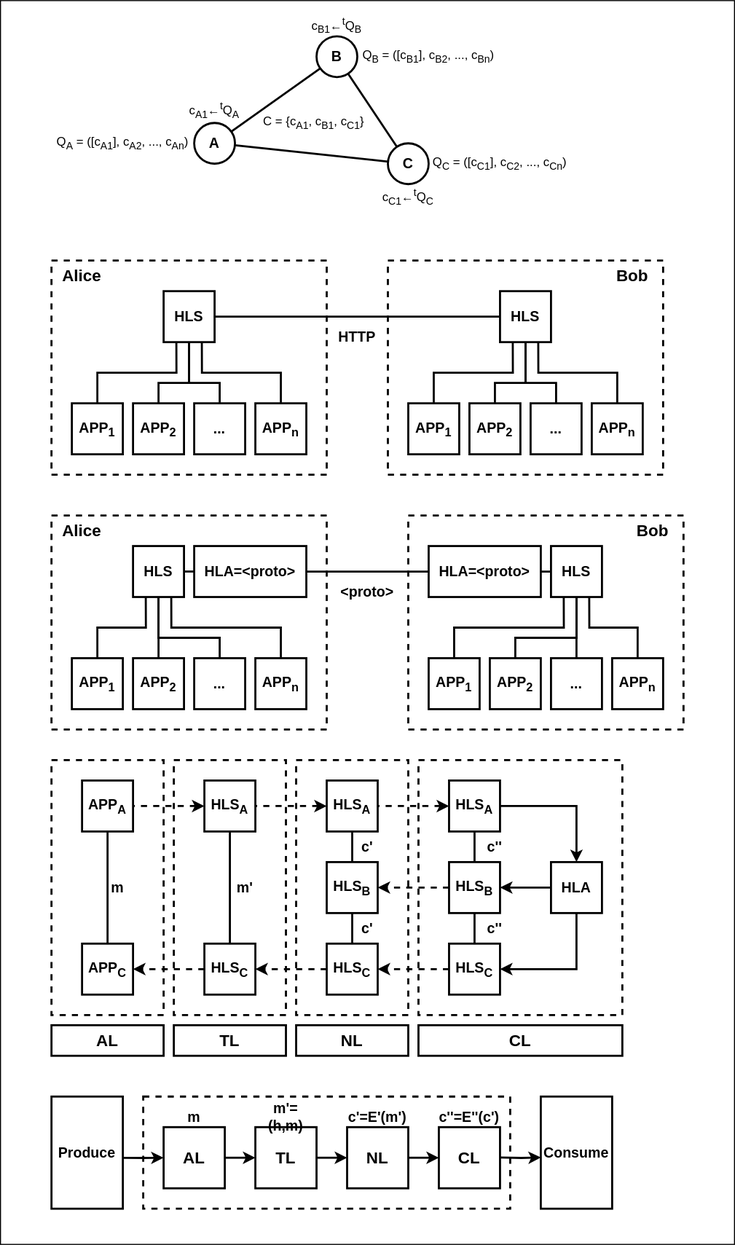
Earlier version of the draw.io export docs/hidden_lake_anonymous_network_scheme.svg (number571/hidden-lake). Source tidied: cells renumbered, new cells last; positions are measured from the earlier drawing's top-left corner, leaving out a move shared by most shapes.
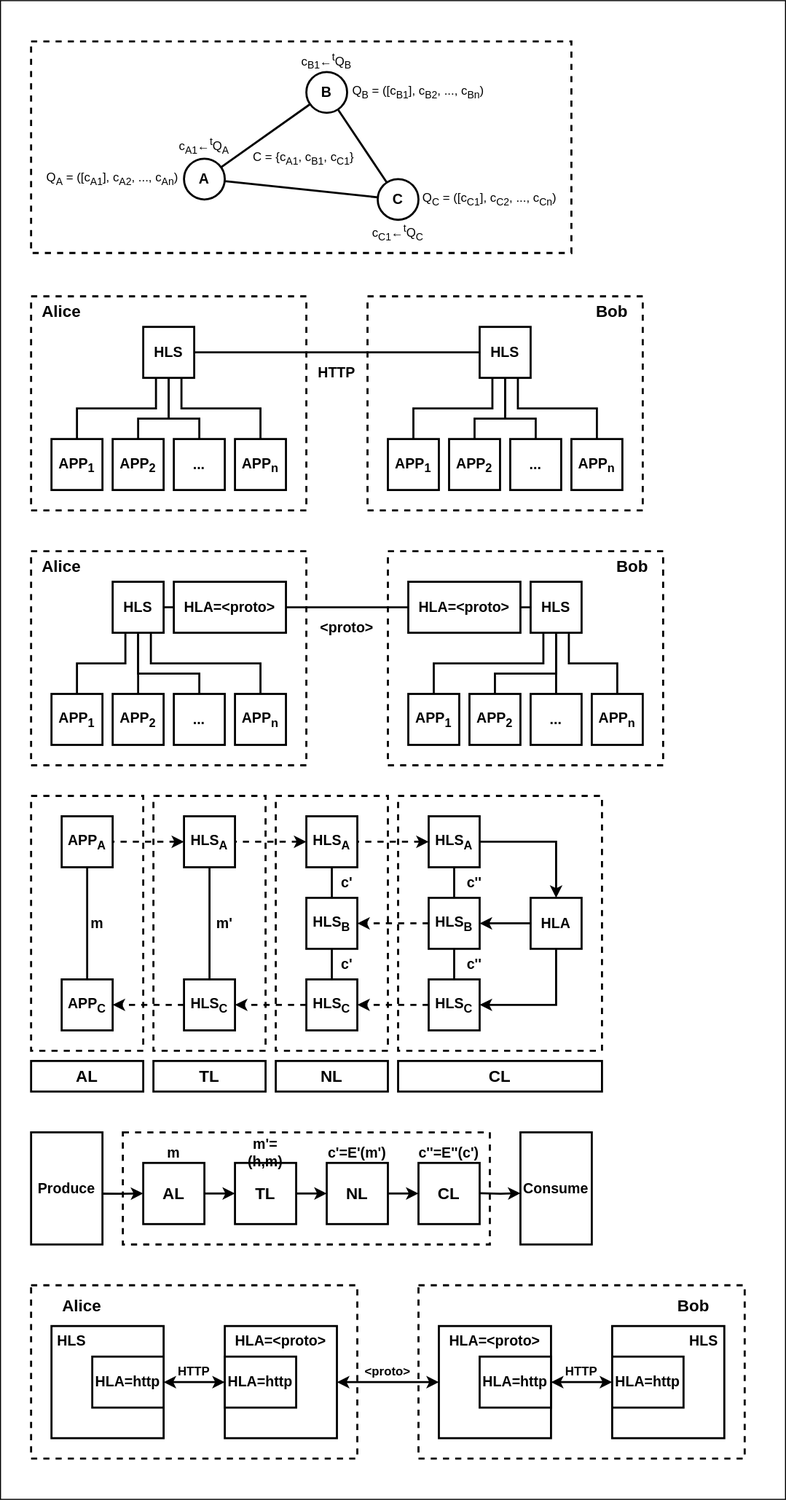
Above is the later version.

What changed in the source:
```diff
@@ -9,37 +9,37 @@
       <mxGeometry relative="1" as="geometry" />
     </mxCell>
     <mxCell id="4" value="&lt;font style=&quot;font-size: 14px;&quot;&gt;&lt;b&gt;B&lt;/b&gt;&lt;/font&gt;" style="ellipse;whiteSpace=wrap;html=1;strokeWidth=2;" parent="1" vertex="1">
-      <mxGeometry x="310" y="35" width="40" height="40" as="geometry" />
+      <mxGeometry x="320" y="35" width="40" height="40" as="geometry" />
     </mxCell>
     <mxCell id="5" style="rounded=0;jettySize=auto;html=1;endArrow=none;endFill=0;strokeWidth=2;" parent="1" edge="1" source="6" target="7">
       <mxGeometry relative="1" as="geometry" />
     </mxCell>
     <mxCell id="6" value="&lt;font style=&quot;font-size: 14px;&quot;&gt;&lt;b&gt;A&lt;/b&gt;&lt;/font&gt;" style="ellipse;whiteSpace=wrap;html=1;strokeWidth=2;" parent="1" vertex="1">
-      <mxGeometry x="190" y="120" width="40" height="40" as="geometry" />
+      <mxGeometry x="200" y="120" width="40" height="40" as="geometry" />
     </mxCell>
     <mxCell id="7" value="&lt;b&gt;&lt;font style=&quot;font-size: 14px;&quot;&gt;C&lt;/font&gt;&lt;/b&gt;" style="ellipse;whiteSpace=wrap;html=1;strokeWidth=2;" parent="1" vertex="1">
-      <mxGeometry x="380" y="140" width="40" height="40" as="geometry" />
+      <mxGeometry x="390" y="140" width="40" height="40" as="geometry" />
     </mxCell>
     <mxCell id="8" value="Q&lt;sub&gt;A&lt;/sub&gt; = ([c&lt;sub&gt;A1&lt;/sub&gt;], c&lt;sub&gt;A2&lt;/sub&gt;, ..., c&lt;sub&gt;An&lt;/sub&gt;)" style="text;html=1;align=center;verticalAlign=middle;whiteSpace=wrap;rounded=0;" parent="1" vertex="1">
-      <mxGeometry x="50" y="125" width="140" height="30" as="geometry" />
+      <mxGeometry x="60" y="125" width="140" height="30" as="geometry" />
     </mxCell>
     <mxCell id="9" value="Q&lt;sub&gt;C&lt;/sub&gt; = ([c&lt;sub&gt;C1&lt;/sub&gt;], c&lt;sub&gt;C2&lt;/sub&gt;, ..., c&lt;sub&gt;Cn&lt;/sub&gt;)" style="text;html=1;align=center;verticalAlign=middle;whiteSpace=wrap;rounded=0;" parent="1" vertex="1">
-      <mxGeometry x="420" y="145" width="140" height="30" as="geometry" />
+      <mxGeometry x="430" y="145" width="140" height="30" as="geometry" />
     </mxCell>
     <mxCell id="10" value="Q&lt;sub&gt;B&lt;/sub&gt; = ([c&lt;sub&gt;B1&lt;/sub&gt;], c&lt;sub&gt;B2&lt;/sub&gt;, ..., c&lt;sub&gt;Bn&lt;/sub&gt;)" style="text;html=1;align=center;verticalAlign=middle;whiteSpace=wrap;rounded=0;" parent="1" vertex="1">
-      <mxGeometry x="350" y="40" width="140" height="30" as="geometry" />
+      <mxGeometry x="360" y="40" width="140" height="30" as="geometry" />
     </mxCell>
     <mxCell id="11" value="C = {c&lt;sub&gt;A1&lt;/sub&gt;, c&lt;sub&gt;B1&lt;/sub&gt;, c&lt;sub&gt;C1&lt;/sub&gt;}" style="text;html=1;align=center;verticalAlign=middle;whiteSpace=wrap;rounded=0;" parent="1" vertex="1">
-      <mxGeometry x="255" y="105" width="105" height="30" as="geometry" />
+      <mxGeometry x="265" y="105" width="105" height="30" as="geometry" />
     </mxCell>
     <mxCell id="12" value="c&lt;sub&gt;A1&lt;/sub&gt;←&lt;sup&gt;t&lt;/sup&gt;Q&lt;sub&gt;A&lt;/sub&gt;" style="text;html=1;align=center;verticalAlign=middle;whiteSpace=wrap;rounded=0;" parent="1" vertex="1">
-      <mxGeometry x="180" y="95" width="60" height="25" as="geometry" />
+      <mxGeometry x="190" y="95" width="60" height="25" as="geometry" />
     </mxCell>
     <mxCell id="13" value="c&lt;sub&gt;B1&lt;/sub&gt;←&lt;sup&gt;t&lt;/sup&gt;Q&lt;sub&gt;B&lt;/sub&gt;" style="text;html=1;align=center;verticalAlign=middle;whiteSpace=wrap;rounded=0;" parent="1" vertex="1">
-      <mxGeometry x="300" y="15" width="60" height="20" as="geometry" />
+      <mxGeometry x="310" y="15" width="60" height="20" as="geometry" />
     </mxCell>
     <mxCell id="14" value="c&lt;sub&gt;C1&lt;/sub&gt;←&lt;sup&gt;t&lt;/sup&gt;Q&lt;sub&gt;C&lt;/sub&gt;" style="text;html=1;align=center;verticalAlign=middle;whiteSpace=wrap;rounded=0;" parent="1" vertex="1">
-      <mxGeometry x="370" y="180" width="60" height="25" as="geometry" />
+      <mxGeometry x="380" y="180" width="60" height="25" as="geometry" />
     </mxCell>
     <mxCell id="15" style="edgeStyle=orthogonalEdgeStyle;rounded=0;jettySize=auto;html=1;exitX=1;exitY=0.5;exitDx=0;exitDy=0;entryX=0;entryY=0.5;entryDx=0;entryDy=0;endArrow=none;endFill=0;strokeWidth=2;" parent="1" edge="1" source="16" target="25">
       <mxGeometry relative="1" as="geometry" />
@@ -361,7 +361,7 @@
       <mxGeometry x="50" y="1005" width="110" height="30" as="geometry" />
     </mxCell>
     <mxCell id="108" style="rounded=0;whiteSpace=wrap;html=1;strokeColor=default;fillColor=none;" parent="1" vertex="1">
-      <mxGeometry width="720" height="1220" as="geometry" />
+      <mxGeometry x="20" y="-35" width="770" height="1470" as="geometry" />
     </mxCell>
     <mxCell id="109" style="edgeStyle=orthogonalEdgeStyle;rounded=0;jettySize=auto;html=1;exitX=0.994;exitY=0.547;exitDx=0;exitDy=0;entryX=0;entryY=0.5;entryDx=0;entryDy=0;strokeWidth=2;exitPerimeter=0;" parent="1" edge="1" source="110" target="113">
       <mxGeometry relative="1" as="geometry" />
@@ -414,5 +414,74 @@
         <mxPoint x="530" y="1134.7" as="targetPoint" />
       </mxGeometry>
     </mxCell>
+    <mxCell id="125" style="rounded=0;whiteSpace=wrap;html=1;strokeWidth=2;" parent="1" vertex="1">
+      <mxGeometry x="70" y="1265" width="110" height="110" as="geometry" />
+    </mxCell>
+    <mxCell id="126" value="&lt;font style=&quot;font-size: 14px;&quot;&gt;&lt;b&gt;&lt;font&gt;HLS&lt;/font&gt;&lt;/b&gt;&lt;/font&gt;" style="text;html=1;align=center;verticalAlign=middle;whiteSpace=wrap;rounded=0;" parent="1" vertex="1">
+      <mxGeometry x="70" y="1265" width="40" height="30" as="geometry" />
+    </mxCell>
+    <mxCell id="127" style="edgeStyle=orthogonalEdgeStyle;rounded=0;jettySize=auto;html=1;startArrow=classic;startFill=1;strokeWidth=2;" parent="1" edge="1" source="128" target="131">
+      <mxGeometry relative="1" as="geometry" />
+    </mxCell>
+    <mxCell id="128" value="&lt;b&gt;&lt;font style=&quot;font-size: 14px;&quot;&gt;HLA=http&lt;/font&gt;&lt;/b&gt;" style="rounded=0;whiteSpace=wrap;html=1;strokeWidth=2;" parent="1" vertex="1">
+      <mxGeometry x="110" y="1295" width="70" height="50" as="geometry" />
+    </mxCell>
+    <mxCell id="129" style="edgeStyle=orthogonalEdgeStyle;rounded=0;jettySize=auto;html=1;exitX=1;exitY=0.5;exitDx=0;exitDy=0;entryX=0;entryY=0.5;entryDx=0;entryDy=0;strokeWidth=2;startArrow=classic;startFill=1;" parent="1" edge="1" source="130" target="133">
+      <mxGeometry relative="1" as="geometry" />
+    </mxCell>
+    <mxCell id="130" style="rounded=0;whiteSpace=wrap;html=1;strokeWidth=2;" parent="1" vertex="1">
+      <mxGeometry x="240" y="1265" width="110" height="110" as="geometry" />
+    </mxCell>
+    <mxCell id="131" value="&lt;b&gt;&lt;font style=&quot;font-size: 14px;&quot;&gt;HLA=http&lt;/font&gt;&lt;/b&gt;" style="rounded=0;whiteSpace=wrap;html=1;strokeWidth=2;" parent="1" vertex="1">
+      <mxGeometry x="240" y="1295" width="70" height="50" as="geometry" />
+    </mxCell>
+    <mxCell id="132" value="&lt;font style=&quot;font-size: 14px;&quot;&gt;&lt;b&gt;&lt;font&gt;HLA=&amp;lt;proto&amp;gt;&lt;/font&gt;&lt;/b&gt;&lt;/font&gt;" style="text;html=1;align=center;verticalAlign=middle;whiteSpace=wrap;rounded=0;" parent="1" vertex="1">
+      <mxGeometry x="240" y="1265" width="110" height="30" as="geometry" />
+    </mxCell>
+    <mxCell id="133" style="rounded=0;whiteSpace=wrap;html=1;strokeWidth=2;" parent="1" vertex="1">
+      <mxGeometry x="450" y="1265" width="110" height="110" as="geometry" />
+    </mxCell>
+    <mxCell id="134" value="&lt;font style=&quot;font-size: 14px;&quot;&gt;&lt;b&gt;&lt;font&gt;HLA=&amp;lt;proto&amp;gt;&lt;/font&gt;&lt;/b&gt;&lt;/font&gt;" style="text;html=1;align=center;verticalAlign=middle;whiteSpace=wrap;rounded=0;" parent="1" vertex="1">
+      <mxGeometry x="450" y="1265" width="110" height="30" as="geometry" />
+    </mxCell>
+    <mxCell id="135" style="edgeStyle=orthogonalEdgeStyle;rounded=0;jettySize=auto;html=1;startArrow=classic;startFill=1;strokeWidth=2;" parent="1" edge="1" source="136" target="138">
+      <mxGeometry relative="1" as="geometry" />
+    </mxCell>
+    <mxCell id="136" value="&lt;b&gt;&lt;font style=&quot;font-size: 14px;&quot;&gt;HLA=http&lt;/font&gt;&lt;/b&gt;" style="rounded=0;whiteSpace=wrap;html=1;strokeWidth=2;" parent="1" vertex="1">
+      <mxGeometry x="490" y="1295" width="70" height="50" as="geometry" />
+    </mxCell>
+    <mxCell id="137" style="rounded=0;whiteSpace=wrap;html=1;strokeWidth=2;" parent="1" vertex="1">
+      <mxGeometry x="620" y="1265" width="110" height="110" as="geometry" />
+    </mxCell>
+    <mxCell id="138" value="&lt;b&gt;&lt;font style=&quot;font-size: 14px;&quot;&gt;HLA=http&lt;/font&gt;&lt;/b&gt;" style="rounded=0;whiteSpace=wrap;html=1;strokeWidth=2;" parent="1" vertex="1">
+      <mxGeometry x="620" y="1295" width="70" height="50" as="geometry" />
+    </mxCell>
+    <mxCell id="139" value="&lt;font style=&quot;font-size: 14px;&quot;&gt;&lt;b&gt;&lt;font&gt;HLS&lt;/font&gt;&lt;/b&gt;&lt;/font&gt;" style="text;html=1;align=center;verticalAlign=middle;whiteSpace=wrap;rounded=0;" parent="1" vertex="1">
+      <mxGeometry x="690" y="1265" width="40" height="30" as="geometry" />
+    </mxCell>
+    <mxCell id="140" value="&lt;b&gt;HTTP&lt;/b&gt;" style="text;html=1;align=center;verticalAlign=middle;whiteSpace=wrap;rounded=0;" parent="1" vertex="1">
+      <mxGeometry x="180" y="1295" width="60" height="30" as="geometry" />
+    </mxCell>
+    <mxCell id="141" value="&lt;b&gt;&amp;lt;proto&amp;gt;&lt;/b&gt;" style="text;html=1;align=center;verticalAlign=middle;whiteSpace=wrap;rounded=0;" parent="1" vertex="1">
+      <mxGeometry x="370" y="1295" width="60" height="30" as="geometry" />
+    </mxCell>
+    <mxCell id="142" value="&lt;b&gt;HTTP&lt;/b&gt;" style="text;html=1;align=center;verticalAlign=middle;whiteSpace=wrap;rounded=0;" parent="1" vertex="1">
+      <mxGeometry x="560" y="1295" width="60" height="30" as="geometry" />
+    </mxCell>
+    <mxCell id="143" style="rounded=0;whiteSpace=wrap;html=1;fillColor=none;strokeWidth=2;dashed=1;" parent="1" vertex="1">
+      <mxGeometry x="50" y="1225" width="320" height="170" as="geometry" />
+    </mxCell>
+    <mxCell id="144" style="rounded=0;whiteSpace=wrap;html=1;fillColor=none;strokeWidth=2;dashed=1;" parent="1" vertex="1">
+      <mxGeometry x="430" y="1225" width="320" height="170" as="geometry" />
+    </mxCell>
+    <mxCell id="145" value="&lt;font style=&quot;font-size: 16px;&quot;&gt;&lt;b&gt;Alice&lt;/b&gt;&lt;/font&gt;" style="text;html=1;align=center;verticalAlign=middle;whiteSpace=wrap;rounded=0;" parent="1" vertex="1">
+      <mxGeometry x="70" y="1225" width="60" height="40" as="geometry" />
+    </mxCell>
+    <mxCell id="146" value="&lt;font style=&quot;font-size: 16px;&quot;&gt;&lt;b&gt;Bob&lt;/b&gt;&lt;/font&gt;" style="text;html=1;align=center;verticalAlign=middle;whiteSpace=wrap;rounded=0;" parent="1" vertex="1">
+      <mxGeometry x="670" y="1225" width="60" height="40" as="geometry" />
+    </mxCell>
+    <mxCell id="147" style="rounded=0;whiteSpace=wrap;html=1;fillColor=none;strokeWidth=2;dashed=1;" parent="1" vertex="1">
+      <mxGeometry x="50" y="5" width="530" height="207.5" as="geometry" />
+    </mxCell>
   </root>
 </mxGraphModel>
```
